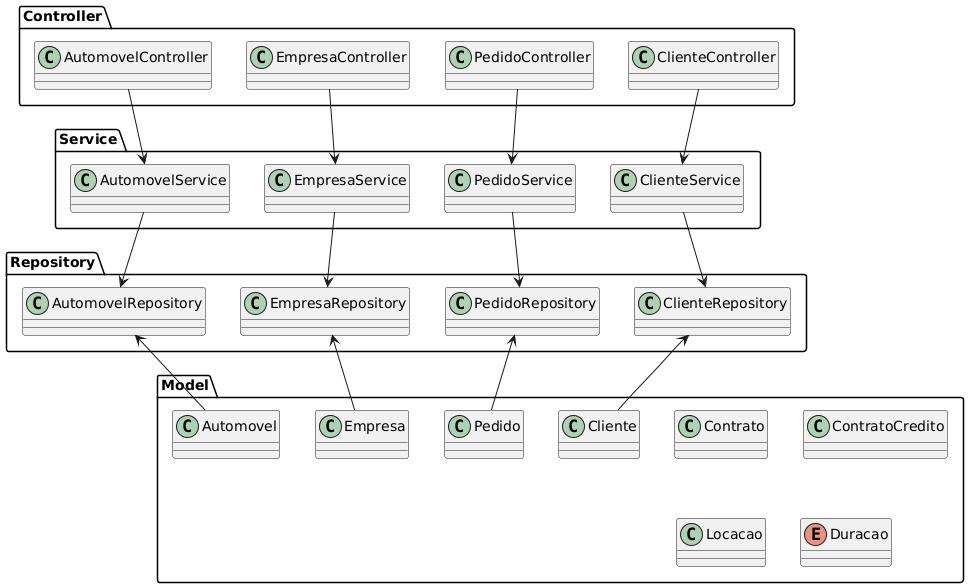
This is project/img/packageDiagram.png from RafaMtF/LDS-Lab02, a PlantUML export, as it was before one commit.
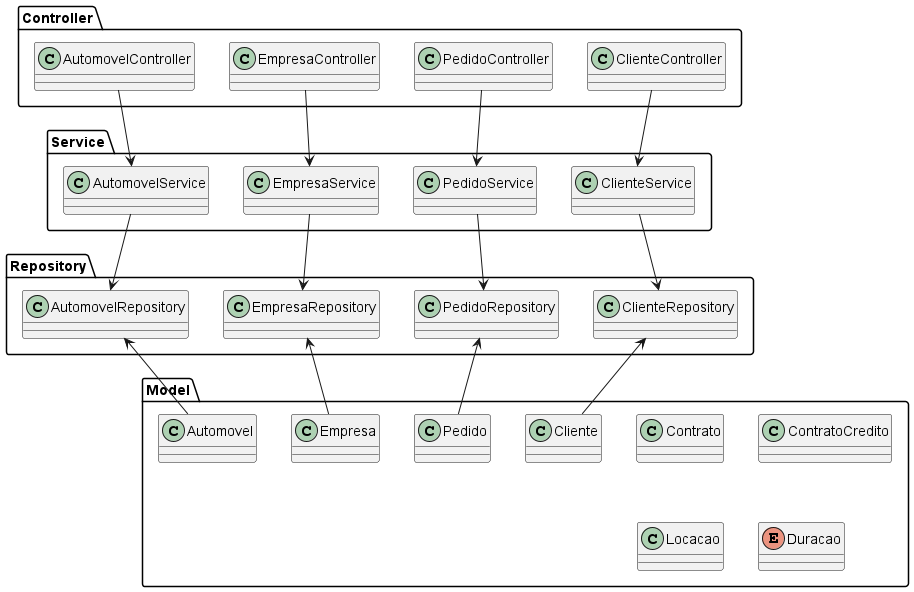
Later version of the same file.

The edit, as a diff of the source:
```diff
@@ -1,4 +1,5 @@
-@startuml
+@startuml packageDiagram
+
 package "Controller" {
     class ClienteController
     class PedidoController
@@ -45,4 +46,5 @@
 PedidoRepository <-- Pedido
 EmpresaRepository <-- Empresa
 AutomovelRepository <-- Automovel
+
 @enduml
```
